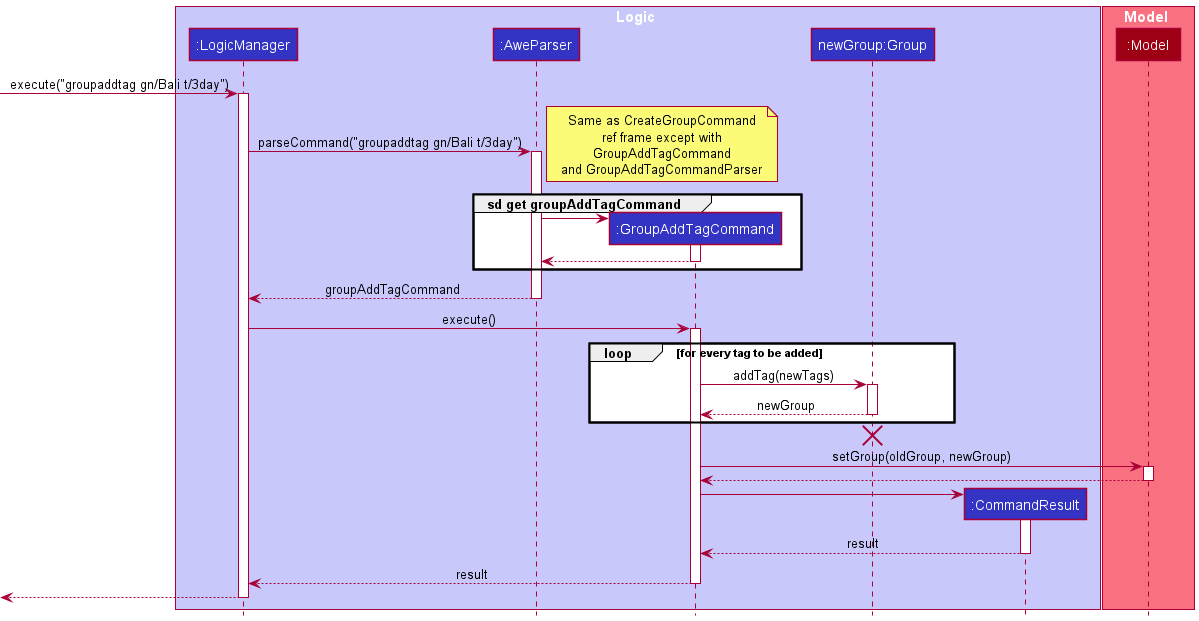
ramapriyan912001/tp keeps this PlantUML diagram as docs/images/GroupAddTagSequenceDiagram.png. Above is the earlier version.
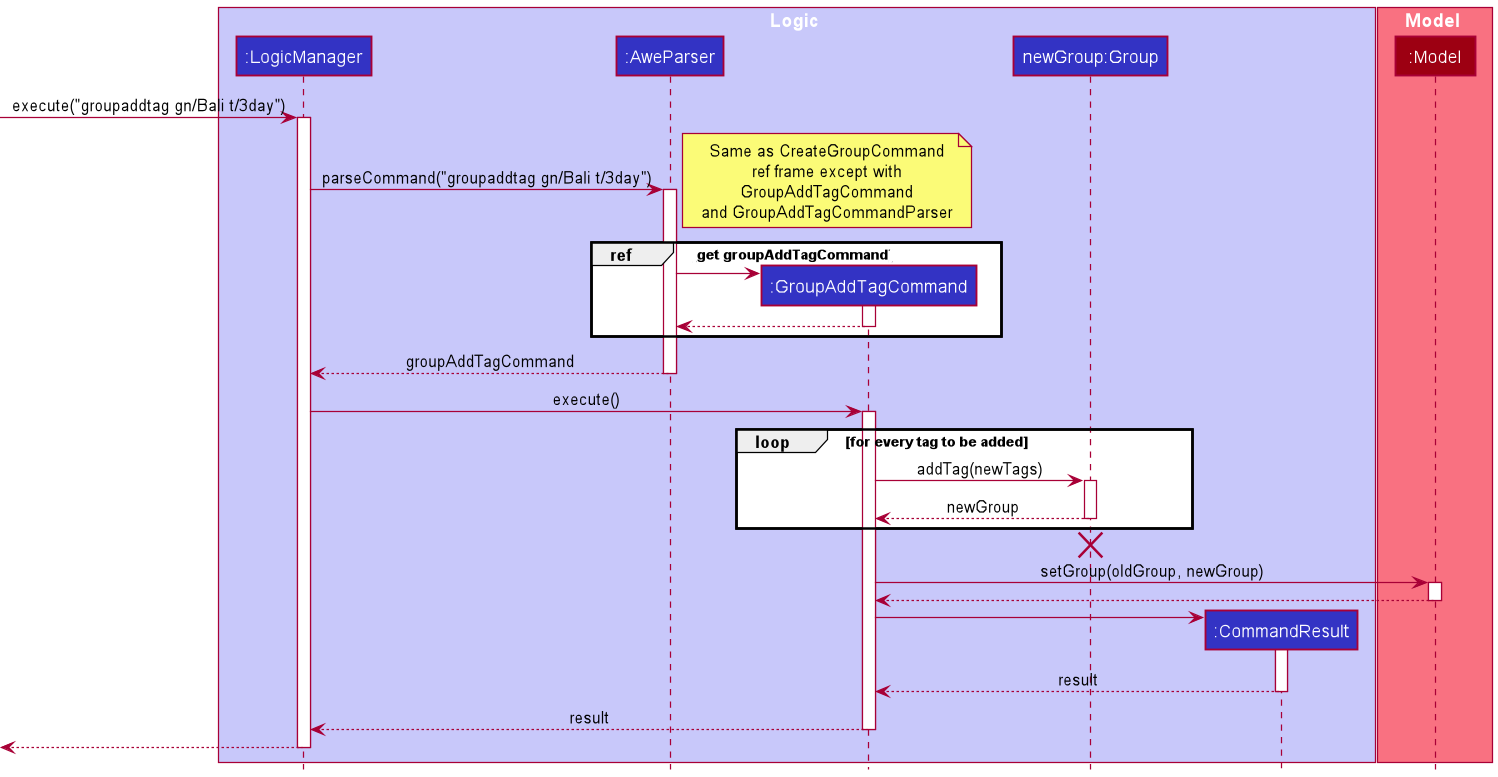
The same file after the commit.

Change to the diagram source:
```diff
@@ -25,7 +25,7 @@
 GroupAddTagCommand
 and GroupAddTagCommandParser
 end note
-group sd get groupAddTagCommand
+group ref [get groupAddTagCommand]
 create GroupAddTagCommand
 AweParser -> GroupAddTagCommand
 activate GroupAddTagCommand
```
